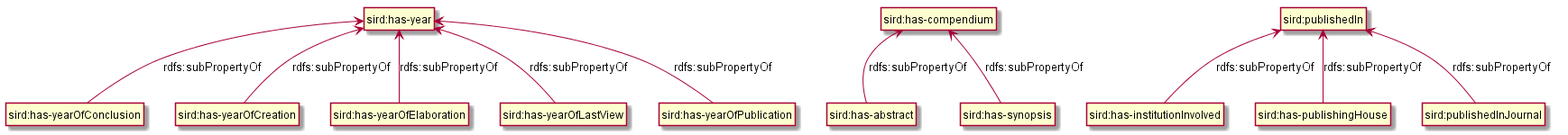
This is Diagramas UML/PropRecDigitales.png from eriknovic/mi-proyecto-erik, a PlantUML export, as it was before one commit.
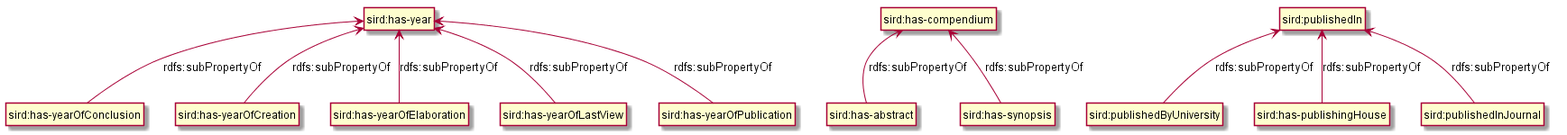
After the commit.

The edit, as a diff of the source:
```diff
@@ -1,6 +1,6 @@
 @startuml
 
-"sird:has-institutionInvolved" -up-> "sird:publishedIn" : rdfs:subPropertyOf
+"sird:publishedByUniversity" -up-> "sird:publishedIn" : rdfs:subPropertyOf
 "sird:has-publishingHouse" -up-> "sird:publishedIn" : rdfs:subPropertyOf
 "sird:publishedInJournal" -up-> "sird:publishedIn" : rdfs:subPropertyOf
 
```
